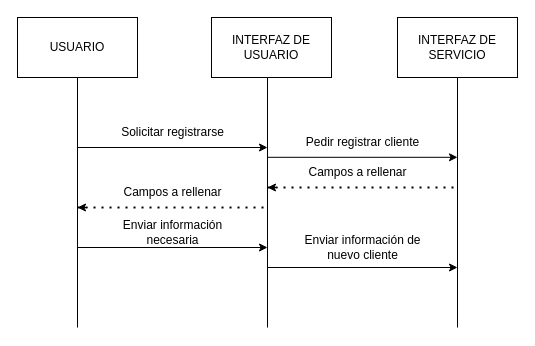
Above: page "Página-7" (7 of 12) of diagrams/secuencia/DS-002.drawio in ClaudiaOviedoGovantes/ComercialPostigo (draw.io), before the change. Source tidied: cells renumbered, new cells numbered last; positions are measured from the earlier drawing's top-left corner, leaving out a move shared by most shapes. Both pictures are drawn from the tidied source at 100%, with x=0, y=0 at pixel (17, 17).
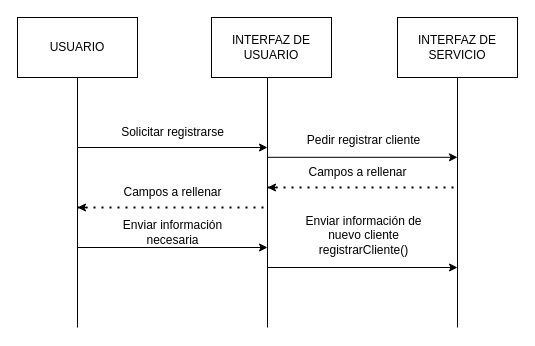
After the change.

Diff of the diagram source:
```diff
@@
-    <mxCell id="11" value="Enviar información de&lt;div&gt;nuevo cliente&lt;/div&gt;" style="text;html=1;align=center;verticalAlign=middle;strokeColor=none;fillColor=none;" parent="1" vertex="1">
-      <mxGeometry x="275" y="210" width="140" height="40" as="geometry" />
+    <mxCell id="11" value="Enviar información de&lt;div&gt;nuevo cliente&lt;/div&gt;&lt;div&gt;registrarCliente()&lt;/div&gt;" style="text;html=1;align=center;verticalAlign=middle;strokeColor=none;fillColor=none;" parent="1" vertex="1">
+      <mxGeometry x="278.5" y="190" width="134" height="55" as="geometry" />
     </mxCell>
@@
     <mxCell id="16" value="Pedir registrar cliente" style="text;html=1;align=center;verticalAlign=middle;strokeColor=none;fillColor=none;" parent="1" vertex="1">
-      <mxGeometry x="275" y="110" width="140" height="30" as="geometry" />
+      <mxGeometry x="280" y="110" width="131" height="26" as="geometry" />
     </mxCell>
```
